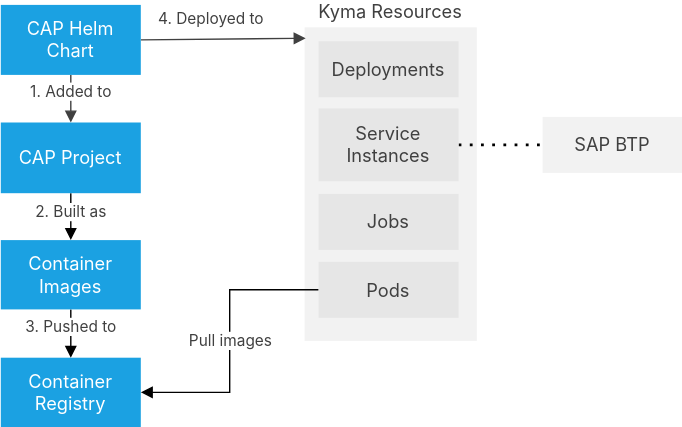
Above: guides/deployment/assets/deploy-kyma.drawio.svg in cap-js/docs (draw.io), before the change. Source tidied: cells renumbered, new cells last; positions are measured from the earlier drawing's top-left corner, leaving out a move shared by most shapes.
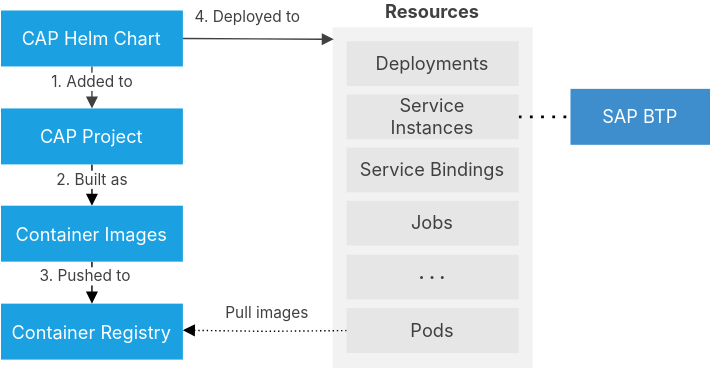
After the commit.

Commit message:
Better intro

The edit, as a diff of the source:
```diff
@@ -2,8 +2,8 @@
   <root>
     <mxCell id="0" />
     <mxCell id="1" parent="0" />
-    <mxCell id="2" value="&lt;span style=&quot;font-size: 13px&quot;&gt;&lt;font color=&quot;#404040&quot;&gt;Kyma Resources&lt;/font&gt;&lt;/span&gt;" style="rounded=0;whiteSpace=wrap;html=1;fontStyle=0;sketch=0;fontSize=13;fontFamily=&quot;Avenir Next&quot;, &quot;Inter var&quot;, Inter, ui-sans-serif, system-ui, -apple-system, &quot;system-ui&quot;, &quot;Segoe UI&quot;, Roboto, &quot;Helvetica Neue&quot;, Helvetica, Arial, &quot;Noto Sans&quot;, sans-serif, &quot;Apple Color Emoji&quot;, &quot;Segoe UI Emoji&quot;, &quot;Segoe UI Symbol&quot;, &quot;Noto Color Emoji&quot;;fontColor=#333333;fillColor=#F2F2F2;strokeColor=none;labelPosition=center;verticalLabelPosition=top;align=center;verticalAlign=bottom;" parent="1" vertex="1">
-      <mxGeometry x="217" y="16" width="123" height="224" as="geometry" />
+    <mxCell id="2" value="&lt;span style=&quot;font-size: 13px&quot;&gt;&lt;font color=&quot;#404040&quot;&gt;&lt;b&gt;Kubernetes Resources&lt;/b&gt;&lt;/font&gt;&lt;/span&gt;" style="rounded=0;whiteSpace=wrap;html=1;fontStyle=0;sketch=0;fontSize=13;fontFamily=&quot;Avenir Next&quot;, &quot;Inter var&quot;, Inter, ui-sans-serif, system-ui, -apple-system, &quot;system-ui&quot;, &quot;Segoe UI&quot;, Roboto, &quot;Helvetica Neue&quot;, Helvetica, Arial, &quot;Noto Sans&quot;, sans-serif, &quot;Apple Color Emoji&quot;, &quot;Segoe UI Emoji&quot;, &quot;Segoe UI Symbol&quot;, &quot;Noto Color Emoji&quot;;fontColor=#333333;fillColor=#F2F2F2;strokeColor=none;labelPosition=center;verticalLabelPosition=top;align=center;verticalAlign=bottom;" parent="1" vertex="1">
+      <mxGeometry x="217" y="16" width="143" height="244" as="geometry" />
     </mxCell>
     <mxCell id="3" value="&amp;nbsp;&amp;nbsp;4. Deployed to&amp;nbsp;&amp;nbsp;" style="edgeStyle=none;html=1;exitX=1;exitY=0.5;exitDx=0;exitDy=0;sketch=0;fontFamily=&quot;Avenir Next&quot;, &quot;Inter var&quot;, Inter, ui-sans-serif, system-ui, -apple-system, &quot;system-ui&quot;, &quot;Segoe UI&quot;, Roboto, &quot;Helvetica Neue&quot;, Helvetica, Arial, &quot;Noto Sans&quot;, sans-serif, &quot;Apple Color Emoji&quot;, &quot;Segoe UI Emoji&quot;, &quot;Segoe UI Symbol&quot;, &quot;Noto Color Emoji&quot;;fontColor=#404040;strokeColor=#404040;rounded=0;entryX=0.006;entryY=0.035;entryDx=0;entryDy=0;entryPerimeter=0;endArrow=block;endFill=1;spacing=5;spacingLeft=5;spacingRight=5;" parent="1" edge="1" source="5" target="2">
       <mxGeometry x="-0.15" y="15" relative="1" as="geometry" />
@@ -12,43 +12,53 @@
       <mxGeometry x="-0.41" relative="1" as="geometry" />
     </mxCell>
     <mxCell id="5" value="&lt;span style=&quot;font-size: 13px&quot;&gt;&lt;font style=&quot;color: rgb(255, 255, 255);&quot;&gt;CAP Helm Chart&lt;/font&gt;&lt;/span&gt;" style="rounded=0;whiteSpace=wrap;html=1;fontStyle=0;sketch=0;fontSize=13;fillColor=#1ba1e2;strokeColor=none;fontFamily=&quot;Avenir Next&quot;, &quot;Inter var&quot;, Inter, ui-sans-serif, system-ui, -apple-system, &quot;system-ui&quot;, &quot;Segoe UI&quot;, Roboto, &quot;Helvetica Neue&quot;, Helvetica, Arial, &quot;Noto Sans&quot;, sans-serif, &quot;Apple Color Emoji&quot;, &quot;Segoe UI Emoji&quot;, &quot;Segoe UI Symbol&quot;, &quot;Noto Color Emoji&quot;;fontColor=default;spacing=9;" parent="1" vertex="1">
-      <mxGeometry width="100" height="50" as="geometry" />
+      <mxGeometry x="-20" y="4" width="130" height="40" as="geometry" />
     </mxCell>
     <mxCell id="6" value="2. Built as" style="edgeStyle=orthogonalEdgeStyle;rounded=0;jettySize=auto;html=1;exitX=0.5;exitY=1;exitDx=0;exitDy=0;fontColor=#404040;fontFamily=&quot;Avenir Next&quot;, &quot;Inter var&quot;, Inter, ui-sans-serif, system-ui, -apple-system, &quot;system-ui&quot;, &quot;Segoe UI&quot;, Roboto, &quot;Helvetica Neue&quot;, Helvetica, Arial, &quot;Noto Sans&quot;, sans-serif, &quot;Apple Color Emoji&quot;, &quot;Segoe UI Emoji&quot;, &quot;Segoe UI Symbol&quot;, &quot;Noto Color Emoji&quot;;endArrow=block;endFill=1;spacingTop=-1;" parent="1" edge="1" source="7" target="10">
       <mxGeometry x="0.14" relative="1" as="geometry" />
     </mxCell>
     <mxCell id="7" value="&lt;span style=&quot;font-size: 13px&quot;&gt;&lt;font style=&quot;color: rgb(255, 255, 255);&quot;&gt;CAP Project&lt;/font&gt;&lt;/span&gt;" style="rounded=0;whiteSpace=wrap;html=1;fontStyle=0;sketch=0;fontSize=13;fillColor=#1ba1e2;strokeColor=none;fontFamily=&quot;Avenir Next&quot;, &quot;Inter var&quot;, Inter, ui-sans-serif, system-ui, -apple-system, &quot;system-ui&quot;, &quot;Segoe UI&quot;, Roboto, &quot;Helvetica Neue&quot;, Helvetica, Arial, &quot;Noto Sans&quot;, sans-serif, &quot;Apple Color Emoji&quot;, &quot;Segoe UI Emoji&quot;, &quot;Segoe UI Symbol&quot;, &quot;Noto Color Emoji&quot;;fontColor=default;spacing=9;" parent="1" vertex="1">
-      <mxGeometry y="84" width="100" height="50.5" as="geometry" />
+      <mxGeometry x="-20" y="74" width="130" height="40" as="geometry" />
     </mxCell>
-    <mxCell id="8" value="&lt;span style=&quot;font-size: 13px&quot;&gt;SAP BTP&lt;/span&gt;" style="rounded=0;whiteSpace=wrap;html=1;fontStyle=0;sketch=0;fontSize=13;fillColor=#F2F2F2;strokeColor=none;fontFamily=&quot;Avenir Next&quot;, &quot;Inter var&quot;, Inter, ui-sans-serif, system-ui, -apple-system, &quot;system-ui&quot;, &quot;Segoe UI&quot;, Roboto, &quot;Helvetica Neue&quot;, Helvetica, Arial, &quot;Noto Sans&quot;, sans-serif, &quot;Apple Color Emoji&quot;, &quot;Segoe UI Emoji&quot;, &quot;Segoe UI Symbol&quot;, &quot;Noto Color Emoji&quot;;fontColor=#404040;spacing=9;" parent="1" vertex="1">
-      <mxGeometry x="387" y="80" width="100" height="40" as="geometry" />
+    <mxCell id="8" value="&lt;span style=&quot;font-size: 13px&quot;&gt;&lt;font style=&quot;color: rgb(255, 255, 255);&quot;&gt;SAP BTP&lt;/font&gt;&lt;/span&gt;" style="rounded=0;whiteSpace=wrap;html=1;fontStyle=0;sketch=0;fontSize=13;fillColor=#3E8ECD;strokeColor=none;fontFamily=&quot;Avenir Next&quot;, &quot;Inter var&quot;, Inter, ui-sans-serif, system-ui, -apple-system, &quot;system-ui&quot;, &quot;Segoe UI&quot;, Roboto, &quot;Helvetica Neue&quot;, Helvetica, Arial, &quot;Noto Sans&quot;, sans-serif, &quot;Apple Color Emoji&quot;, &quot;Segoe UI Emoji&quot;, &quot;Segoe UI Symbol&quot;, &quot;Noto Color Emoji&quot;;fontColor=#FFFFFF;spacing=9;" parent="1" vertex="1">
+      <mxGeometry x="387" y="60" width="100" height="40" as="geometry" />
     </mxCell>
     <mxCell id="9" value="&lt;font color=&quot;#404040&quot;&gt;3. Pushed to&lt;/font&gt;" style="edgeStyle=orthogonalEdgeStyle;rounded=0;jettySize=auto;html=1;exitX=0.5;exitY=1;exitDx=0;exitDy=0;fontFamily=&quot;Avenir Next&quot;, &quot;Inter var&quot;, Inter, ui-sans-serif, system-ui, -apple-system, &quot;system-ui&quot;, &quot;Segoe UI&quot;, Roboto, &quot;Helvetica Neue&quot;, Helvetica, Arial, &quot;Noto Sans&quot;, sans-serif, &quot;Apple Color Emoji&quot;, &quot;Segoe UI Emoji&quot;, &quot;Segoe UI Symbol&quot;, &quot;Noto Color Emoji&quot;;entryX=0.5;entryY=0;entryDx=0;entryDy=0;endArrow=block;endFill=1;" parent="1" edge="1" source="10" target="11">
-      <mxGeometry x="-0.28" relative="1" as="geometry" />
+      <mxGeometry x="-0.35" y="-5" relative="1" as="geometry" />
     </mxCell>
     <mxCell id="10" value="&lt;span style=&quot;font-size: 13px&quot;&gt;&lt;font style=&quot;color: rgb(255, 255, 255);&quot;&gt;Container Images&lt;/font&gt;&lt;/span&gt;" style="rounded=0;whiteSpace=wrap;html=1;fontStyle=0;sketch=0;fontSize=13;fillColor=#1ba1e2;strokeColor=none;fontFamily=&quot;Avenir Next&quot;, &quot;Inter var&quot;, Inter, ui-sans-serif, system-ui, -apple-system, &quot;system-ui&quot;, &quot;Segoe UI&quot;, Roboto, &quot;Helvetica Neue&quot;, Helvetica, Arial, &quot;Noto Sans&quot;, sans-serif, &quot;Apple Color Emoji&quot;, &quot;Segoe UI Emoji&quot;, &quot;Segoe UI Symbol&quot;, &quot;Noto Color Emoji&quot;;fontColor=default;spacing=9;" parent="1" vertex="1">
-      <mxGeometry y="168" width="100" height="49.5" as="geometry" />
+      <mxGeometry x="-20" y="143.5" width="130" height="40" as="geometry" />
     </mxCell>
     <mxCell id="11" value="&lt;span style=&quot;font-size: 13px&quot;&gt;&lt;font style=&quot;color: rgb(255, 255, 255);&quot;&gt;Container Registry&lt;/font&gt;&lt;/span&gt;" style="rounded=0;whiteSpace=wrap;html=1;fontStyle=0;sketch=0;fontSize=13;fillColor=#1ba1e2;strokeColor=none;fontFamily=&quot;Avenir Next&quot;, &quot;Inter var&quot;, Inter, ui-sans-serif, system-ui, -apple-system, &quot;system-ui&quot;, &quot;Segoe UI&quot;, Roboto, &quot;Helvetica Neue&quot;, Helvetica, Arial, &quot;Noto Sans&quot;, sans-serif, &quot;Apple Color Emoji&quot;, &quot;Segoe UI Emoji&quot;, &quot;Segoe UI Symbol&quot;, &quot;Noto Color Emoji&quot;;fontColor=default;spacing=9;" parent="1" vertex="1">
-      <mxGeometry y="252" width="100" height="49.5" as="geometry" />
+      <mxGeometry x="-20" y="213.5" width="130" height="40" as="geometry" />
     </mxCell>
-    <mxCell id="12" value="Pull images" style="edgeStyle=orthogonalEdgeStyle;rounded=0;jettySize=auto;html=1;exitX=0;exitY=0.5;exitDx=0;exitDy=0;entryX=1;entryY=0.5;entryDx=0;entryDy=0;fontColor=#404040;fontFamily=&quot;Avenir Next&quot;, &quot;Inter var&quot;, Inter, ui-sans-serif, system-ui, -apple-system, &quot;system-ui&quot;, &quot;Segoe UI&quot;, Roboto, &quot;Helvetica Neue&quot;, Helvetica, Arial, &quot;Noto Sans&quot;, sans-serif, &quot;Apple Color Emoji&quot;, &quot;Segoe UI Emoji&quot;, &quot;Segoe UI Symbol&quot;, &quot;Noto Color Emoji&quot;;endArrow=block;endFill=1;" parent="1" edge="1" source="17" target="11">
-      <mxGeometry relative="1" as="geometry" />
+    <mxCell id="12" value="Pull images" style="edgeStyle=orthogonalEdgeStyle;rounded=0;orthogonalLoop=1;jettySize=auto;html=1;exitX=0;exitY=0.5;exitDx=0;exitDy=0;entryX=1;entryY=0.5;entryDx=0;entryDy=0;fontColor=#404040;fontFamily=&quot;Avenir Next&quot;, &quot;Inter var&quot;, Inter, ui-sans-serif, system-ui, -apple-system, &quot;system-ui&quot;, &quot;Segoe UI&quot;, Roboto, &quot;Helvetica Neue&quot;, Helvetica, Arial, &quot;Noto Sans&quot;, sans-serif, &quot;Apple Color Emoji&quot;, &quot;Segoe UI Emoji&quot;, &quot;Segoe UI Symbol&quot;, &quot;Noto Color Emoji&quot;;endArrow=block;endFill=1;dashed=1;dashPattern=1 2;" parent="1" edge="1">
+      <mxGeometry x="-0.01" y="-13" relative="1" as="geometry">
+        <mxPoint x="227" y="232.8" as="sourcePoint" />
+        <mxPoint x="110" y="232.5" as="targetPoint" />
+        <mxPoint x="1" as="offset" />
+      </mxGeometry>
     </mxCell>
     <mxCell id="13" style="endArrow=none;dashed=1;html=1;dashPattern=1 3;strokeWidth=2;rounded=0;exitX=1;exitY=0.5;exitDx=0;exitDy=0;entryX=0;entryY=0.5;entryDx=0;entryDy=0;fontFamily=&quot;Avenir Next&quot;, &quot;Inter var&quot;, Inter, ui-sans-serif, system-ui, -apple-system, &quot;system-ui&quot;, &quot;Segoe UI&quot;, Roboto, &quot;Helvetica Neue&quot;, Helvetica, Arial, &quot;Noto Sans&quot;, sans-serif, &quot;Apple Color Emoji&quot;, &quot;Segoe UI Emoji&quot;, &quot;Segoe UI Symbol&quot;, &quot;Noto Color Emoji&quot;;" parent="1" edge="1" source="15" target="8">
       <mxGeometry relative="1" as="geometry" />
     </mxCell>
     <mxCell id="14" value="&lt;span style=&quot;font-size: 13px&quot;&gt;Deployments&lt;/span&gt;" style="rounded=0;whiteSpace=wrap;html=1;fontStyle=0;sketch=0;fontSize=13;fillColor=#E6E6E6;strokeColor=none;fontFamily=&quot;Avenir Next&quot;, &quot;Inter var&quot;, Inter, ui-sans-serif, system-ui, -apple-system, &quot;system-ui&quot;, &quot;Segoe UI&quot;, Roboto, &quot;Helvetica Neue&quot;, Helvetica, Arial, &quot;Noto Sans&quot;, sans-serif, &quot;Apple Color Emoji&quot;, &quot;Segoe UI Emoji&quot;, &quot;Segoe UI Symbol&quot;, &quot;Noto Color Emoji&quot;;fontColor=#404040;spacing=9;" parent="1" vertex="1">
-      <mxGeometry x="227" y="26" width="100" height="40" as="geometry" />
+      <mxGeometry x="227" y="26" width="123" height="32" as="geometry" />
     </mxCell>
     <mxCell id="15" value="&lt;span style=&quot;font-size: 13px&quot;&gt;Service Instances&lt;/span&gt;" style="rounded=0;whiteSpace=wrap;html=1;fontStyle=0;sketch=0;fontSize=13;fillColor=#E6E6E6;strokeColor=none;fontFamily=&quot;Avenir Next&quot;, &quot;Inter var&quot;, Inter, ui-sans-serif, system-ui, -apple-system, &quot;system-ui&quot;, &quot;Segoe UI&quot;, Roboto, &quot;Helvetica Neue&quot;, Helvetica, Arial, &quot;Noto Sans&quot;, sans-serif, &quot;Apple Color Emoji&quot;, &quot;Segoe UI Emoji&quot;, &quot;Segoe UI Symbol&quot;, &quot;Noto Color Emoji&quot;;fontColor=#404040;spacing=9;" parent="1" vertex="1">
-      <mxGeometry x="227" y="74" width="100" height="52" as="geometry" />
+      <mxGeometry x="227" y="64" width="123" height="32" as="geometry" />
     </mxCell>
-    <mxCell id="16" value="&lt;span style=&quot;font-size: 13px&quot;&gt;Jobs&lt;/span&gt;" style="rounded=0;whiteSpace=wrap;html=1;fontStyle=0;sketch=0;fontSize=13;fillColor=#E6E6E6;strokeColor=none;fontFamily=&quot;Avenir Next&quot;, &quot;Inter var&quot;, Inter, ui-sans-serif, system-ui, -apple-system, &quot;system-ui&quot;, &quot;Segoe UI&quot;, Roboto, &quot;Helvetica Neue&quot;, Helvetica, Arial, &quot;Noto Sans&quot;, sans-serif, &quot;Apple Color Emoji&quot;, &quot;Segoe UI Emoji&quot;, &quot;Segoe UI Symbol&quot;, &quot;Noto Color Emoji&quot;;fontColor=#404040;spacing=9;" parent="1" vertex="1">
-      <mxGeometry x="227" y="135" width="100" height="40" as="geometry" />
+    <mxCell id="16" value="&lt;span style=&quot;font-size: 13px&quot;&gt;Service Bindings&lt;/span&gt;" style="rounded=0;whiteSpace=wrap;html=1;fontStyle=0;sketch=0;fontSize=13;fillColor=#E6E6E6;strokeColor=none;fontFamily=&quot;Avenir Next&quot;, &quot;Inter var&quot;, Inter, ui-sans-serif, system-ui, -apple-system, &quot;system-ui&quot;, &quot;Segoe UI&quot;, Roboto, &quot;Helvetica Neue&quot;, Helvetica, Arial, &quot;Noto Sans&quot;, sans-serif, &quot;Apple Color Emoji&quot;, &quot;Segoe UI Emoji&quot;, &quot;Segoe UI Symbol&quot;, &quot;Noto Color Emoji&quot;;fontColor=#404040;spacing=9;" parent="1" vertex="1">
+      <mxGeometry x="227" y="102" width="123" height="32" as="geometry" />
     </mxCell>
     <mxCell id="17" value="&lt;span style=&quot;font-size: 13px&quot;&gt;Pods&lt;/span&gt;" style="rounded=0;whiteSpace=wrap;html=1;fontStyle=0;sketch=0;fontSize=13;fillColor=#E6E6E6;strokeColor=none;fontFamily=&quot;Avenir Next&quot;, &quot;Inter var&quot;, Inter, ui-sans-serif, system-ui, -apple-system, &quot;system-ui&quot;, &quot;Segoe UI&quot;, Roboto, &quot;Helvetica Neue&quot;, Helvetica, Arial, &quot;Noto Sans&quot;, sans-serif, &quot;Apple Color Emoji&quot;, &quot;Segoe UI Emoji&quot;, &quot;Segoe UI Symbol&quot;, &quot;Noto Color Emoji&quot;;fontColor=#404040;spacing=9;" parent="1" vertex="1">
-      <mxGeometry x="227" y="183.5" width="100" height="40" as="geometry" />
+      <mxGeometry x="227" y="216.8" width="123" height="32" as="geometry" />
     </mxCell>
+    <mxCell id="18" value="&lt;span style=&quot;font-size: 13px&quot;&gt;Jobs&lt;/span&gt;" style="rounded=0;whiteSpace=wrap;html=1;fontStyle=0;sketch=0;fontSize=13;fillColor=#E6E6E6;strokeColor=none;fontFamily=&quot;Avenir Next&quot;, &quot;Inter var&quot;, Inter, ui-sans-serif, system-ui, -apple-system, &quot;system-ui&quot;, &quot;Segoe UI&quot;, Roboto, &quot;Helvetica Neue&quot;, Helvetica, Arial, &quot;Noto Sans&quot;, sans-serif, &quot;Apple Color Emoji&quot;, &quot;Segoe UI Emoji&quot;, &quot;Segoe UI Symbol&quot;, &quot;Noto Color Emoji&quot;;fontColor=#404040;spacing=9;" parent="1" vertex="1">
+      <mxGeometry x="227" y="140" width="123" height="32" as="geometry" />
+    </mxCell>
+    <mxCell id="19" value="&lt;b&gt;· · ·&lt;/b&gt;" style="rounded=0;whiteSpace=wrap;html=1;fontStyle=0;sketch=0;fontSize=13;fillColor=#E6E6E6;strokeColor=none;fontFamily=&quot;Avenir Next&quot;, &quot;Inter var&quot;, Inter, ui-sans-serif, system-ui, -apple-system, &quot;system-ui&quot;, &quot;Segoe UI&quot;, Roboto, &quot;Helvetica Neue&quot;, Helvetica, Arial, &quot;Noto Sans&quot;, sans-serif, &quot;Apple Color Emoji&quot;, &quot;Segoe UI Emoji&quot;, &quot;Segoe UI Symbol&quot;, &quot;Noto Color Emoji&quot;;fontColor=#404040;spacing=9;" parent="1" vertex="1">
+      <mxGeometry x="227" y="178.5" width="123" height="32" as="geometry" />
+    </mxCell>
   </root>
 </mxGraphModel>
```
